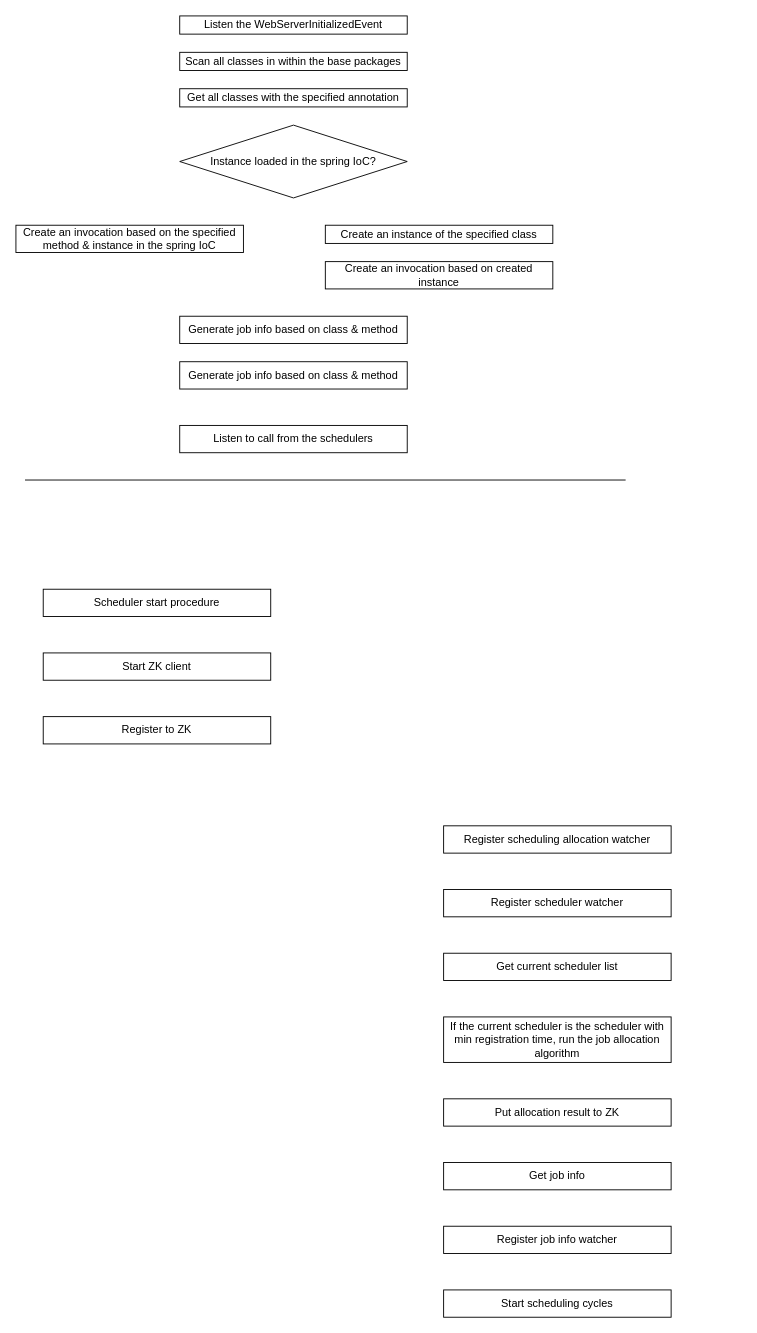
D15190304050/drawio_charts keeps this draw.io diagram as Cygnus.drawio. Above is the earlier version. Source tidied: cells renumbered, new cells numbered last; positions are measured from the earlier drawing's top-left corner, leaving out a move shared by most shapes. Both pictures are drawn from the tidied source at 91%, with x=0, y=0 at pixel (15, 15).
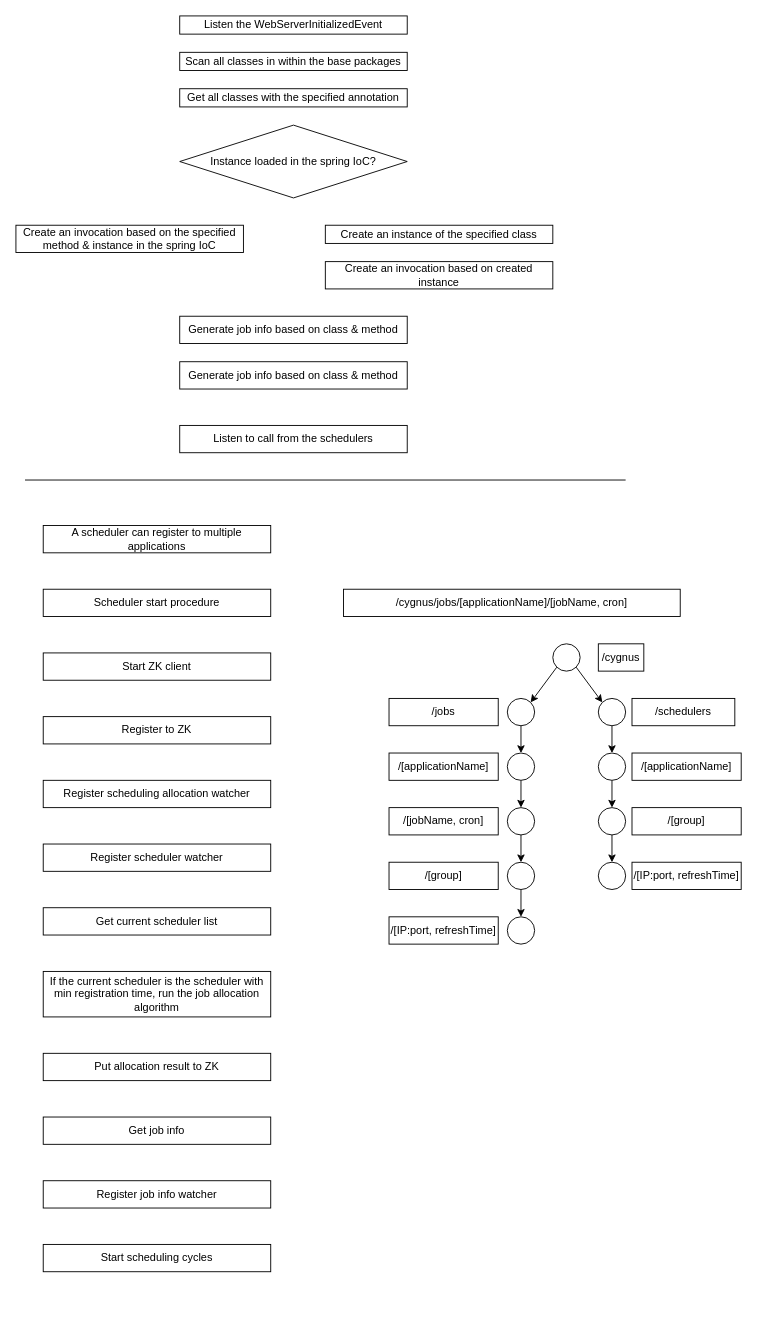
After the change.

The edit, as a diff of the source:
```diff
@@
     <mxCell id="15" value="Get current scheduler list" style="rounded=0;whiteSpace=wrap;html=1;" parent="1" vertex="1">
-      <mxGeometry x="470" y="1030" width="250" height="30" as="geometry" />
+      <mxGeometry x="30" y="980" width="250" height="30" as="geometry" />
     </mxCell>
     <mxCell id="16" value="If the current scheduler is the scheduler with min registration time, run the job allocation algorithm" style="rounded=0;whiteSpace=wrap;html=1;" parent="1" vertex="1">
-      <mxGeometry x="470" y="1100" width="250" height="50" as="geometry" />
+      <mxGeometry x="30" y="1050" width="250" height="50" as="geometry" />
     </mxCell>
     <mxCell id="17" value="Register scheduler watcher" style="rounded=0;whiteSpace=wrap;html=1;" parent="1" vertex="1">
-      <mxGeometry x="470" y="960" width="250" height="30" as="geometry" />
+      <mxGeometry x="30" y="910" width="250" height="30" as="geometry" />
     </mxCell>
     <mxCell id="18" value="Start scheduling cycles" style="rounded=0;whiteSpace=wrap;html=1;" parent="1" vertex="1">
-      <mxGeometry x="470" y="1400" width="250" height="30" as="geometry" />
+      <mxGeometry x="30" y="1350" width="250" height="30" as="geometry" />
     </mxCell>
     <mxCell id="19" value="Put allocation result to ZK" style="rounded=0;whiteSpace=wrap;html=1;" parent="1" vertex="1">
-      <mxGeometry x="470" y="1190" width="250" height="30" as="geometry" />
+      <mxGeometry x="30" y="1140" width="250" height="30" as="geometry" />
     </mxCell>
     <mxCell id="20" value="Register scheduling allocation watcher" style="rounded=0;whiteSpace=wrap;html=1;" parent="1" vertex="1">
-      <mxGeometry x="470" y="890" width="250" height="30" as="geometry" />
+      <mxGeometry x="30" y="840" width="250" height="30" as="geometry" />
     </mxCell>
     <mxCell id="21" value="Get job info" style="rounded=0;whiteSpace=wrap;html=1;" parent="1" vertex="1">
-      <mxGeometry x="470" y="1260" width="250" height="30" as="geometry" />
+      <mxGeometry x="30" y="1210" width="250" height="30" as="geometry" />
     </mxCell>
     <mxCell id="22" value="Register job info watcher" style="rounded=0;whiteSpace=wrap;html=1;" parent="1" vertex="1">
-      <mxGeometry x="470" y="1330" width="250" height="30" as="geometry" />
+      <mxGeometry x="30" y="1280" width="250" height="30" as="geometry" />
     </mxCell>
@@
+    <mxCell id="24" value="/cygnus/jobs/[applicationName]/[jobName, cron]" style="rounded=0;whiteSpace=wrap;html=1;" parent="1" vertex="1">
+      <mxGeometry x="360" y="630" width="370" height="30" as="geometry" />
+    </mxCell>
+    <mxCell id="25" style="rounded=0;jettySize=auto;html=1;exitX=0;exitY=1;exitDx=0;exitDy=0;entryX=1;entryY=0;entryDx=0;entryDy=0;" parent="1" edge="1" source="27" target="30">
+      <mxGeometry relative="1" as="geometry" />
+    </mxCell>
+    <mxCell id="26" style="rounded=0;jettySize=auto;html=1;exitX=1;exitY=1;exitDx=0;exitDy=0;entryX=0;entryY=0;entryDx=0;entryDy=0;" parent="1" edge="1" source="27" target="32">
+      <mxGeometry relative="1" as="geometry" />
+    </mxCell>
+    <mxCell id="27" style="ellipse;whiteSpace=wrap;html=1;" parent="1" vertex="1">
+      <mxGeometry x="590" y="690" width="30" height="30" as="geometry" />
+    </mxCell>
+    <mxCell id="28" value="/cygnus" style="rounded=0;whiteSpace=wrap;html=1;" parent="1" vertex="1">
+      <mxGeometry x="640" y="690" width="50" height="30" as="geometry" />
+    </mxCell>
+    <mxCell id="29" style="edgeStyle=orthogonalEdgeStyle;rounded=0;jettySize=auto;html=1;exitX=0.5;exitY=1;exitDx=0;exitDy=0;entryX=0.5;entryY=0;entryDx=0;entryDy=0;" parent="1" edge="1" source="30" target="36">
+      <mxGeometry relative="1" as="geometry" />
+    </mxCell>
+    <mxCell id="30" style="ellipse;whiteSpace=wrap;html=1;" parent="1" vertex="1">
+      <mxGeometry x="540" y="750" width="30" height="30" as="geometry" />
+    </mxCell>
+    <mxCell id="31" style="edgeStyle=orthogonalEdgeStyle;rounded=0;jettySize=auto;html=1;exitX=0.5;exitY=1;exitDx=0;exitDy=0;entryX=0.5;entryY=0;entryDx=0;entryDy=0;" parent="1" edge="1" source="32" target="47">
+      <mxGeometry relative="1" as="geometry" />
+    </mxCell>
+    <mxCell id="32" style="ellipse;whiteSpace=wrap;html=1;" parent="1" vertex="1">
+      <mxGeometry x="640" y="750" width="30" height="30" as="geometry" />
+    </mxCell>
+    <mxCell id="33" value="/jobs" style="rounded=0;whiteSpace=wrap;html=1;" parent="1" vertex="1">
+      <mxGeometry x="410" y="750" width="120" height="30" as="geometry" />
+    </mxCell>
+    <mxCell id="34" value="/schedulers" style="rounded=0;whiteSpace=wrap;html=1;" parent="1" vertex="1">
+      <mxGeometry x="677" y="750" width="113" height="30" as="geometry" />
+    </mxCell>
+    <mxCell id="35" style="edgeStyle=orthogonalEdgeStyle;rounded=0;jettySize=auto;html=1;exitX=0.5;exitY=1;exitDx=0;exitDy=0;entryX=0.5;entryY=0;entryDx=0;entryDy=0;" parent="1" edge="1" source="36" target="39">
+      <mxGeometry relative="1" as="geometry" />
+    </mxCell>
+    <mxCell id="36" style="ellipse;whiteSpace=wrap;html=1;" parent="1" vertex="1">
+      <mxGeometry x="540" y="810" width="30" height="30" as="geometry" />
+    </mxCell>
+    <mxCell id="37" value="/[applicationName]" style="rounded=0;whiteSpace=wrap;html=1;" parent="1" vertex="1">
+      <mxGeometry x="410" y="810" width="120" height="30" as="geometry" />
+    </mxCell>
+    <mxCell id="38" style="edgeStyle=orthogonalEdgeStyle;rounded=0;jettySize=auto;html=1;exitX=0.5;exitY=1;exitDx=0;exitDy=0;entryX=0.5;entryY=0;entryDx=0;entryDy=0;" parent="1" edge="1" source="39" target="42">
+      <mxGeometry relative="1" as="geometry" />
+    </mxCell>
+    <mxCell id="39" style="ellipse;whiteSpace=wrap;html=1;" parent="1" vertex="1">
+      <mxGeometry x="540" y="870" width="30" height="30" as="geometry" />
+    </mxCell>
+    <mxCell id="40" value="/[jobName, cron]" style="rounded=0;whiteSpace=wrap;html=1;" parent="1" vertex="1">
+      <mxGeometry x="410" y="870" width="120" height="30" as="geometry" />
+    </mxCell>
+    <mxCell id="41" style="edgeStyle=orthogonalEdgeStyle;rounded=0;jettySize=auto;html=1;exitX=0.5;exitY=1;exitDx=0;exitDy=0;entryX=0.5;entryY=0;entryDx=0;entryDy=0;" parent="1" edge="1" source="42" target="44">
+      <mxGeometry relative="1" as="geometry" />
+    </mxCell>
+    <mxCell id="42" style="ellipse;whiteSpace=wrap;html=1;" parent="1" vertex="1">
+      <mxGeometry x="540" y="930" width="30" height="30" as="geometry" />
+    </mxCell>
+    <mxCell id="43" value="/[group]" style="rounded=0;whiteSpace=wrap;html=1;" parent="1" vertex="1">
+      <mxGeometry x="410" y="930" width="120" height="30" as="geometry" />
+    </mxCell>
+    <mxCell id="44" style="ellipse;whiteSpace=wrap;html=1;" parent="1" vertex="1">
+      <mxGeometry x="540" y="990" width="30" height="30" as="geometry" />
+    </mxCell>
+    <mxCell id="45" value="/[IP:port, refreshTime]" style="rounded=0;whiteSpace=wrap;html=1;" parent="1" vertex="1">
+      <mxGeometry x="410" y="990" width="120" height="30" as="geometry" />
+    </mxCell>
+    <mxCell id="46" style="edgeStyle=orthogonalEdgeStyle;rounded=0;jettySize=auto;html=1;exitX=0.5;exitY=1;exitDx=0;exitDy=0;entryX=0.5;entryY=0;entryDx=0;entryDy=0;" parent="1" edge="1" source="47" target="50">
+      <mxGeometry relative="1" as="geometry" />
+    </mxCell>
+    <mxCell id="47" style="ellipse;whiteSpace=wrap;html=1;" parent="1" vertex="1">
+      <mxGeometry x="640" y="810" width="30" height="30" as="geometry" />
+    </mxCell>
+    <mxCell id="48" value="/[applicationName]" style="rounded=0;whiteSpace=wrap;html=1;" parent="1" vertex="1">
+      <mxGeometry x="677" y="810" width="120" height="30" as="geometry" />
+    </mxCell>
+    <mxCell id="49" style="edgeStyle=orthogonalEdgeStyle;rounded=0;jettySize=auto;html=1;exitX=0.5;exitY=1;exitDx=0;exitDy=0;entryX=0.5;entryY=0;entryDx=0;entryDy=0;" parent="1" edge="1" source="50" target="52">
+      <mxGeometry relative="1" as="geometry" />
+    </mxCell>
+    <mxCell id="50" style="ellipse;whiteSpace=wrap;html=1;" parent="1" vertex="1">
+      <mxGeometry x="640" y="870" width="30" height="30" as="geometry" />
+    </mxCell>
+    <mxCell id="51" value="/[group]" style="rounded=0;whiteSpace=wrap;html=1;" parent="1" vertex="1">
+      <mxGeometry x="677" y="870" width="120" height="30" as="geometry" />
+    </mxCell>
+    <mxCell id="52" style="ellipse;whiteSpace=wrap;html=1;" parent="1" vertex="1">
+      <mxGeometry x="640" y="930" width="30" height="30" as="geometry" />
+    </mxCell>
+    <mxCell id="53" value="/[IP:port, refreshTime]" style="rounded=0;whiteSpace=wrap;html=1;" parent="1" vertex="1">
+      <mxGeometry x="677" y="930" width="120" height="30" as="geometry" />
+    </mxCell>
+    <mxCell id="54" value="A scheduler can register to multiple applications" style="rounded=0;whiteSpace=wrap;html=1;" parent="1" vertex="1">
+      <mxGeometry x="30" y="560" width="250" height="30" as="geometry" />
+    </mxCell>
```
